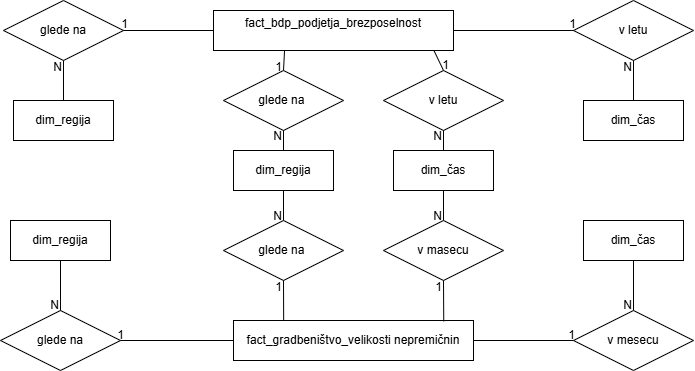
Earlier version of the draw.io export podatkovno_skladišče.drawio.png (ninasvigelj/OPB-skladisce). Source tidied: cells renumbered, new cells last; positions are measured from the earlier drawing's top-left corner, leaving out a move shared by most shapes.
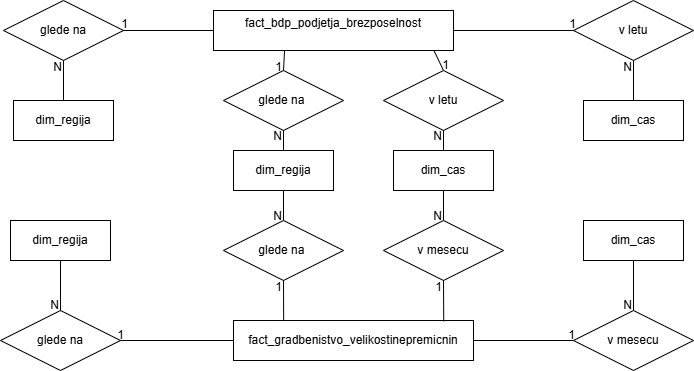
After the change.

Commit message:
popravki sheme

Diff of the diagram source:
```diff
@@ -5,7 +5,7 @@
     <mxCell id="2" value="dim_regija" style="whiteSpace=wrap;html=1;align=center;" parent="1" vertex="1">
       <mxGeometry x="13" y="100" width="100" height="40" as="geometry" />
     </mxCell>
-    <mxCell id="3" value="dim_čas" style="whiteSpace=wrap;html=1;align=center;" parent="1" vertex="1">
+    <mxCell id="3" value="dim_cas" style="whiteSpace=wrap;html=1;align=center;" parent="1" vertex="1">
       <mxGeometry x="583" y="100" width="100" height="40" as="geometry" />
     </mxCell>
     <mxCell id="4" value="glede na" style="shape=rhombus;perimeter=rhombusPerimeter;whiteSpace=wrap;html=1;align=center;" parent="1" vertex="1">
@@ -46,10 +46,10 @@
         <mxPoint y="15" as="offset" />
       </mxGeometry>
     </mxCell>
-    <mxCell id="14" value="fact_gradbeništvo_velikosti nepremičnin" style="whiteSpace=wrap;html=1;align=center;" parent="1" vertex="1">
+    <mxCell id="14" value="fact_gradbenistvo_velikostinepremicnin" style="whiteSpace=wrap;html=1;align=center;" parent="1" vertex="1">
       <mxGeometry x="233" y="320" width="240" height="40" as="geometry" />
     </mxCell>
-    <mxCell id="15" value="dim_čas" style="whiteSpace=wrap;html=1;align=center;" parent="1" vertex="1">
+    <mxCell id="15" value="dim_cas" style="whiteSpace=wrap;html=1;align=center;" parent="1" vertex="1">
       <mxGeometry x="583" y="220" width="100" height="40" as="geometry" />
     </mxCell>
     <mxCell id="16" value="dim_regija" style="whiteSpace=wrap;html=1;align=center;" parent="1" vertex="1">
@@ -58,13 +58,13 @@
     <mxCell id="17" value="dim_regija" style="whiteSpace=wrap;html=1;align=center;" parent="1" vertex="1">
       <mxGeometry x="233" y="150" width="100" height="40" as="geometry" />
     </mxCell>
-    <mxCell id="18" value="dim_čas" style="whiteSpace=wrap;html=1;align=center;" parent="1" vertex="1">
+    <mxCell id="18" value="dim_cas" style="whiteSpace=wrap;html=1;align=center;" parent="1" vertex="1">
       <mxGeometry x="393" y="150" width="100" height="40" as="geometry" />
     </mxCell>
     <mxCell id="19" value="glede na&amp;nbsp;" style="shape=rhombus;perimeter=rhombusPerimeter;whiteSpace=wrap;html=1;align=center;" parent="1" vertex="1">
       <mxGeometry x="223" y="220" width="120" height="60" as="geometry" />
     </mxCell>
-    <mxCell id="20" value="v masecu" style="shape=rhombus;perimeter=rhombusPerimeter;whiteSpace=wrap;html=1;align=center;" parent="1" vertex="1">
+    <mxCell id="20" value="v mesecu" style="shape=rhombus;perimeter=rhombusPerimeter;whiteSpace=wrap;html=1;align=center;" parent="1" vertex="1">
       <mxGeometry x="383" y="220" width="120" height="60" as="geometry" />
     </mxCell>
     <mxCell id="21" value="v mesecu" style="shape=rhombus;perimeter=rhombusPerimeter;whiteSpace=wrap;html=1;align=center;" parent="1" vertex="1">
```
